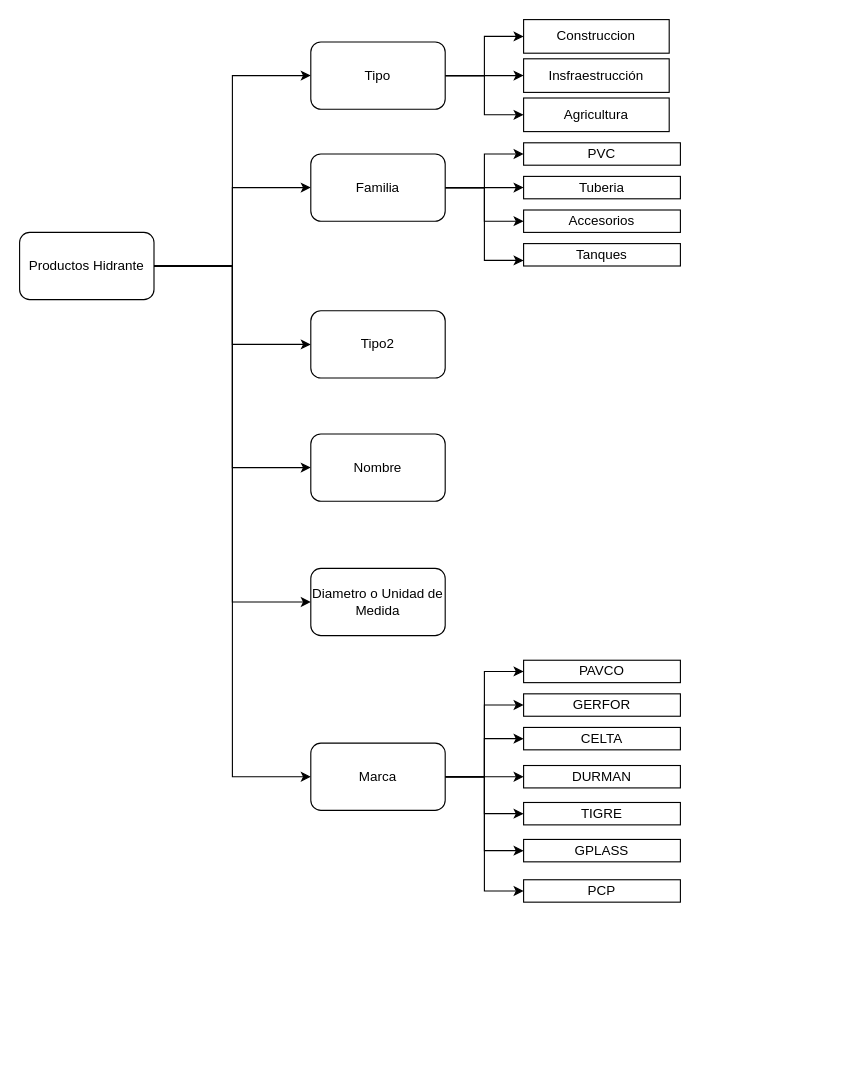
The draw.io diagram Untitled Diagram.drawio in diegoamb03/APOYO_BI, before the edit. Source tidied: cells renumbered, new cells numbered last; positions are measured from the earlier drawing's top-left corner, leaving out a move shared by most shapes. Both pictures are drawn from the tidied source at 112%, with x=0, y=0 at pixel (19, 19).
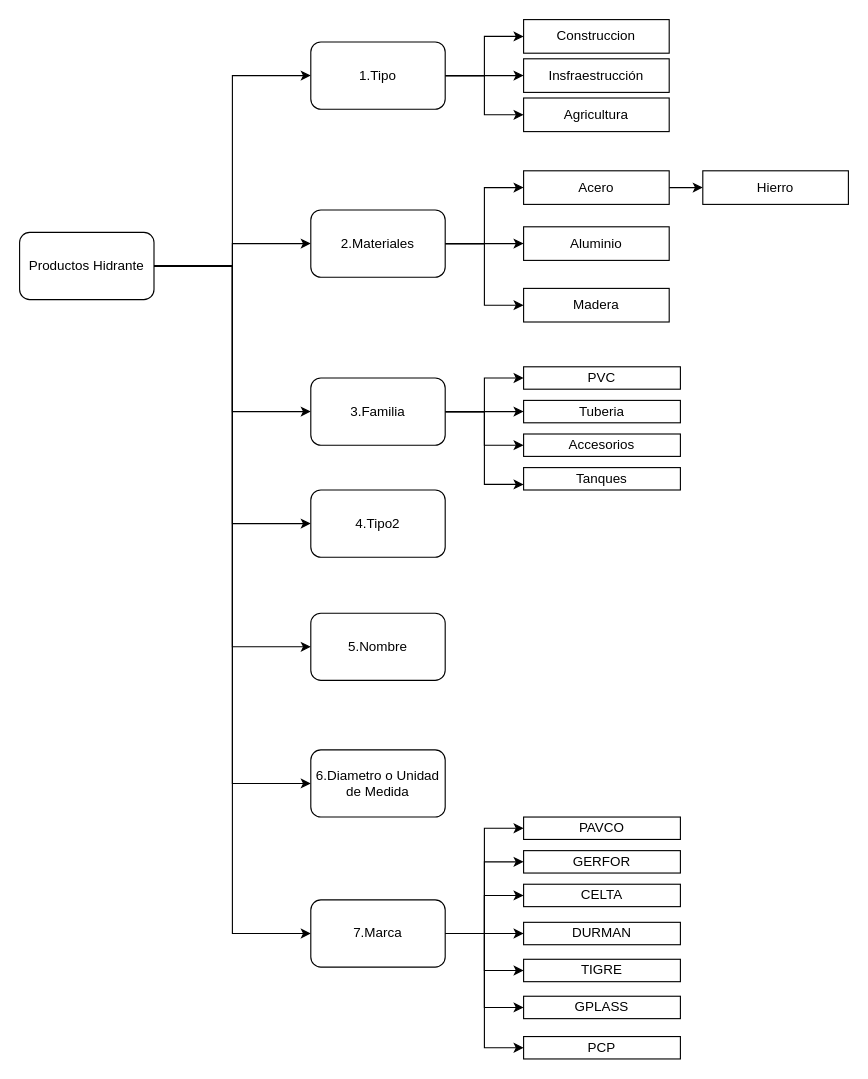
Above is the later version.

Unchanged cells that the change refers to:
```xml
<mxCell id="8" value="Productos Hidrante" style="rounded=1;whiteSpace=wrap;html=1;" parent="1" vertex="1">
  <mxGeometry y="190" width="120" height="60" as="geometry" />
</mxCell>
```

The edit, as a diff of the source:
```diff
@@
+    <mxCell id="43" style="edgeStyle=orthogonalEdgeStyle;rounded=0;jettySize=auto;html=1;entryX=0;entryY=0.5;entryDx=0;entryDy=0;" parent="1" edge="1" source="8" target="47">
+      <mxGeometry relative="1" as="geometry" />
+    </mxCell>
@@
-    <mxCell id="12" value="Tipo" style="rounded=1;whiteSpace=wrap;html=1;" parent="1" vertex="1">
+    <mxCell id="12" value="1.Tipo" style="rounded=1;whiteSpace=wrap;html=1;" parent="1" vertex="1">
       <mxGeometry x="260" y="20" width="120" height="60" as="geometry" />
     </mxCell>
@@
-    <mxCell id="17" value="Familia" style="rounded=1;whiteSpace=wrap;html=1;" parent="1" vertex="1">
-      <mxGeometry x="260" y="120" width="120" height="60" as="geometry" />
+    <mxCell id="17" value="3.Familia" style="rounded=1;whiteSpace=wrap;html=1;" parent="1" vertex="1">
+      <mxGeometry x="260" y="320" width="120" height="60" as="geometry" />
     </mxCell>
-    <mxCell id="18" value="Tipo2" style="rounded=1;whiteSpace=wrap;html=1;" parent="1" vertex="1">
-      <mxGeometry x="260" y="260" width="120" height="60" as="geometry" />
+    <mxCell id="18" value="4.Tipo2" style="rounded=1;whiteSpace=wrap;html=1;" parent="1" vertex="1">
+      <mxGeometry x="260" y="420" width="120" height="60" as="geometry" />
     </mxCell>
-    <mxCell id="19" value="Nombre" style="rounded=1;whiteSpace=wrap;html=1;" parent="1" vertex="1">
-      <mxGeometry x="260" y="370" width="120" height="60" as="geometry" />
+    <mxCell id="19" value="5.Nombre" style="rounded=1;whiteSpace=wrap;html=1;" parent="1" vertex="1">
+      <mxGeometry x="260" y="530" width="120" height="60" as="geometry" />
     </mxCell>
@@
-    <mxCell id="27" value="Marca" style="rounded=1;whiteSpace=wrap;html=1;" parent="1" vertex="1">
-      <mxGeometry x="260" y="646" width="120" height="60" as="geometry" />
+    <mxCell id="27" value="7.Marca" style="rounded=1;whiteSpace=wrap;html=1;" parent="1" vertex="1">
+      <mxGeometry x="260" y="786" width="120" height="60" as="geometry" />
     </mxCell>
@@
     <mxCell id="31" value="PVC" style="rounded=0;whiteSpace=wrap;html=1;" parent="1" vertex="1">
-      <mxGeometry x="450" y="110" width="140" height="20" as="geometry" />
+      <mxGeometry x="450" y="310" width="140" height="20" as="geometry" />
     </mxCell>
     <mxCell id="32" value="Tuberia" style="rounded=0;whiteSpace=wrap;html=1;" parent="1" vertex="1">
-      <mxGeometry x="450" y="140" width="140" height="20" as="geometry" />
+      <mxGeometry x="450" y="340" width="140" height="20" as="geometry" />
     </mxCell>
     <mxCell id="33" value="Accesorios" style="rounded=0;whiteSpace=wrap;html=1;" parent="1" vertex="1">
-      <mxGeometry x="450" y="170" width="140" height="20" as="geometry" />
+      <mxGeometry x="450" y="370" width="140" height="20" as="geometry" />
     </mxCell>
     <mxCell id="34" value="Tanques" style="rounded=0;whiteSpace=wrap;html=1;" parent="1" vertex="1">
-      <mxGeometry x="450" y="200" width="140" height="20" as="geometry" />
+      <mxGeometry x="450" y="400" width="140" height="20" as="geometry" />
     </mxCell>
-    <mxCell id="35" value="Diametro o Unidad de Medida" style="rounded=1;whiteSpace=wrap;html=1;" parent="1" vertex="1">
-      <mxGeometry x="260" y="490" width="120" height="60" as="geometry" />
+    <mxCell id="35" value="6.Diametro o Unidad de Medida" style="rounded=1;whiteSpace=wrap;html=1;" parent="1" vertex="1">
+      <mxGeometry x="260" y="652" width="120" height="60" as="geometry" />
     </mxCell>
     <mxCell id="36" value="PAVCO" style="rounded=0;whiteSpace=wrap;html=1;" parent="1" vertex="1">
-      <mxGeometry x="450" y="572" width="140" height="20" as="geometry" />
+      <mxGeometry x="450" y="712" width="140" height="20" as="geometry" />
     </mxCell>
     <mxCell id="37" value="GERFOR" style="rounded=0;whiteSpace=wrap;html=1;" parent="1" vertex="1">
-      <mxGeometry x="450" y="602" width="140" height="20" as="geometry" />
+      <mxGeometry x="450" y="742" width="140" height="20" as="geometry" />
     </mxCell>
     <mxCell id="38" value="CELTA" style="rounded=0;whiteSpace=wrap;html=1;" parent="1" vertex="1">
-      <mxGeometry x="450" y="632" width="140" height="20" as="geometry" />
+      <mxGeometry x="450" y="772" width="140" height="20" as="geometry" />
     </mxCell>
     <mxCell id="39" value="DURMAN" style="rounded=0;whiteSpace=wrap;html=1;" parent="1" vertex="1">
-      <mxGeometry x="450" y="666" width="140" height="20" as="geometry" />
+      <mxGeometry x="450" y="806" width="140" height="20" as="geometry" />
     </mxCell>
     <mxCell id="40" value="TIGRE" style="rounded=0;whiteSpace=wrap;html=1;" parent="1" vertex="1">
-      <mxGeometry x="450" y="699" width="140" height="20" as="geometry" />
+      <mxGeometry x="450" y="839" width="140" height="20" as="geometry" />
     </mxCell>
     <mxCell id="41" value="GPLASS" style="rounded=0;whiteSpace=wrap;html=1;" parent="1" vertex="1">
-      <mxGeometry x="450" y="732" width="140" height="20" as="geometry" />
+      <mxGeometry x="450" y="872" width="140" height="20" as="geometry" />
     </mxCell>
     <mxCell id="42" value="PCP" style="rounded=0;whiteSpace=wrap;html=1;" parent="1" vertex="1">
-      <mxGeometry x="450" y="768" width="140" height="20" as="geometry" />
+      <mxGeometry x="450" y="908" width="140" height="20" as="geometry" />
     </mxCell>
+    <mxCell id="44" style="edgeStyle=orthogonalEdgeStyle;rounded=0;jettySize=auto;html=1;entryX=0;entryY=0.5;entryDx=0;entryDy=0;" parent="1" edge="1" source="47" target="49">
+      <mxGeometry relative="1" as="geometry" />
+    </mxCell>
+    <mxCell id="45" style="edgeStyle=orthogonalEdgeStyle;rounded=0;jettySize=auto;html=1;entryX=0;entryY=0.5;entryDx=0;entryDy=0;" parent="1" edge="1" source="47" target="50">
+      <mxGeometry relative="1" as="geometry" />
+    </mxCell>
+    <mxCell id="46" style="edgeStyle=orthogonalEdgeStyle;rounded=0;jettySize=auto;html=1;entryX=0;entryY=0.5;entryDx=0;entryDy=0;" parent="1" edge="1" source="47" target="51">
+      <mxGeometry relative="1" as="geometry" />
+    </mxCell>
+    <mxCell id="47" value="2.Materiales" style="rounded=1;whiteSpace=wrap;html=1;" parent="1" vertex="1">
+      <mxGeometry x="260" y="170" width="120" height="60" as="geometry" />
+    </mxCell>
+    <mxCell id="48" style="edgeStyle=orthogonalEdgeStyle;rounded=0;jettySize=auto;html=1;" parent="1" edge="1" source="49" target="52">
+      <mxGeometry relative="1" as="geometry" />
+    </mxCell>
+    <mxCell id="49" value="Acero" style="rounded=0;whiteSpace=wrap;html=1;" parent="1" vertex="1">
+      <mxGeometry x="450" y="135" width="130" height="30" as="geometry" />
+    </mxCell>
+    <mxCell id="50" value="Aluminio" style="rounded=0;whiteSpace=wrap;html=1;" parent="1" vertex="1">
+      <mxGeometry x="450" y="185" width="130" height="30" as="geometry" />
+    </mxCell>
+    <mxCell id="51" value="Madera" style="rounded=0;whiteSpace=wrap;html=1;" parent="1" vertex="1">
+      <mxGeometry x="450" y="240" width="130" height="30" as="geometry" />
+    </mxCell>
+    <mxCell id="52" value="Hierro" style="rounded=0;whiteSpace=wrap;html=1;" parent="1" vertex="1">
+      <mxGeometry x="610" y="135" width="130" height="30" as="geometry" />
+    </mxCell>
```
